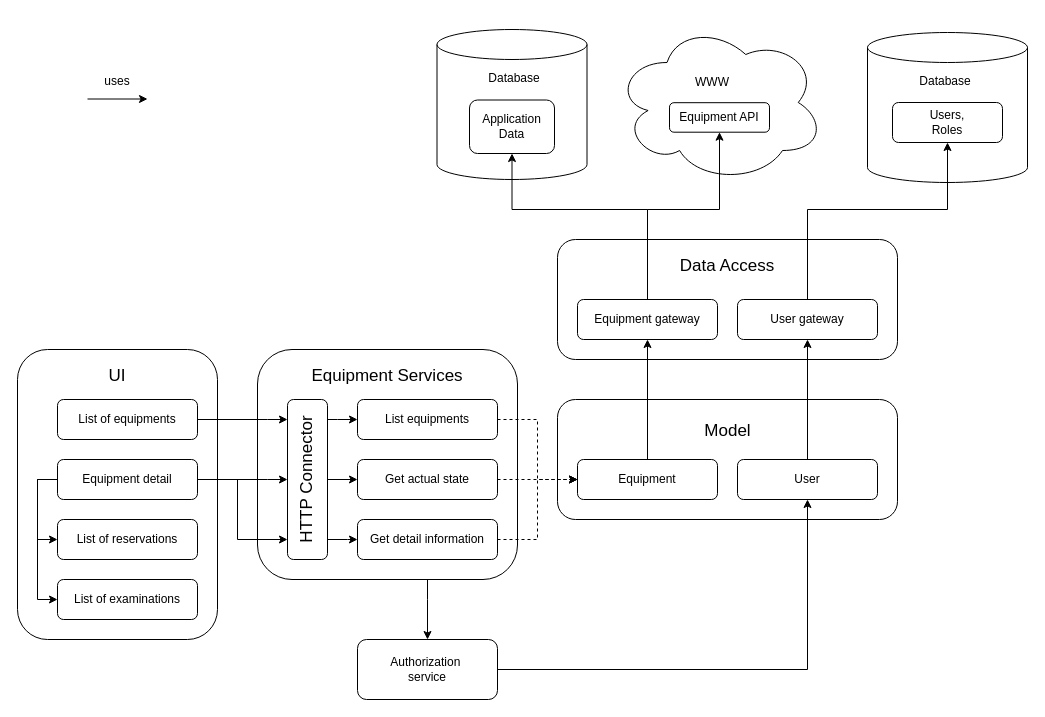
Earlier version of the draw.io diagram img/src/EquipmentUsageViewpoint.drawio (patmach/DocSwArch). Source tidied: cells renumbered, new cells numbered last; positions are measured from the earlier drawing's top-left corner, leaving out a move shared by most shapes. Both pictures are drawn from the tidied source at 100%, with x=0, y=0 at pixel (17, 22).
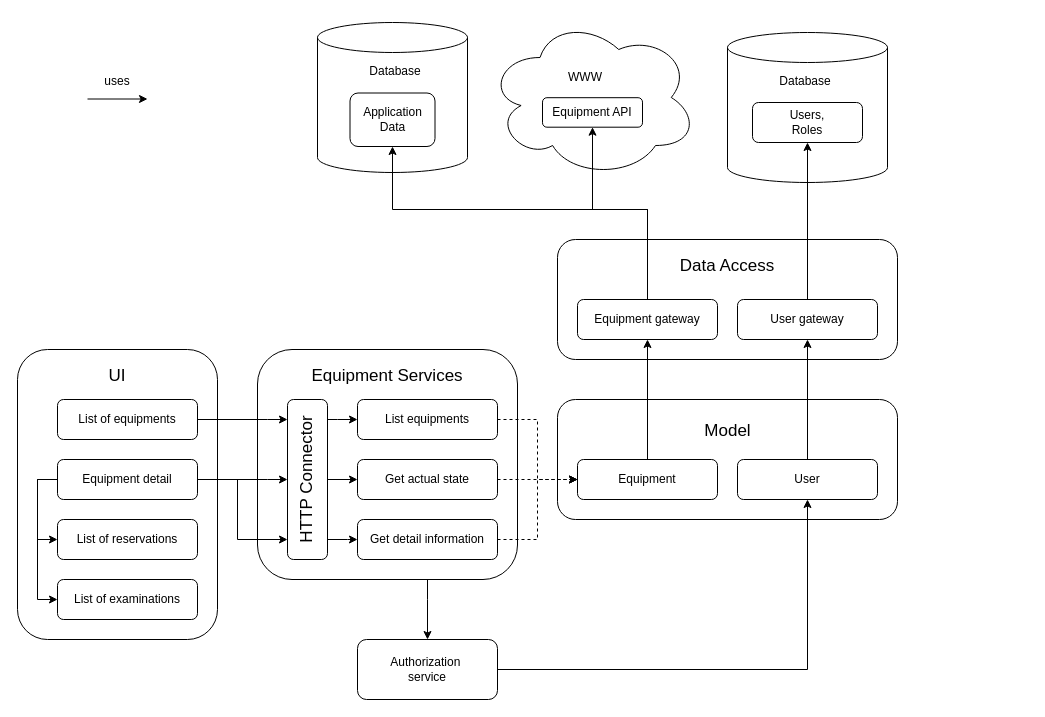
The same diagram, later.

Unchanged cells that the change refers to:
```xml
<mxCell id="32" value="User gateway" style="rounded=1;whiteSpace=wrap;html=1;" parent="1" vertex="1">
  <mxGeometry x="720" y="277" width="140" height="40" as="geometry" />
</mxCell>
<mxCell id="34" value="Equipment gateway" style="rounded=1;whiteSpace=wrap;html=1;" parent="1" vertex="1">
  <mxGeometry x="560" y="277" width="140" height="40" as="geometry" />
</mxCell>
```

Change to the diagram source:
```diff
@@
     <mxCell id="28" style="shape=cylinder3;whiteSpace=wrap;html=1;boundedLbl=1;backgroundOutline=1;size=15;fontSize=35;" parent="1" vertex="1">
-      <mxGeometry x="419.5" y="7" width="150" height="150" as="geometry" />
+      <mxGeometry x="300" width="150" height="150" as="geometry" />
     </mxCell>
     <mxCell id="29" value="Database" style="text;html=1;strokeColor=none;fillColor=none;align=center;verticalAlign=middle;whiteSpace=wrap;rounded=0;fontSize=12;" parent="1" vertex="1">
-      <mxGeometry x="477" y="46" width="40" height="20" as="geometry" />
+      <mxGeometry x="357.5" y="39" width="40" height="20" as="geometry" />
     </mxCell>
     <mxCell id="30" value="Application Data" style="rounded=1;whiteSpace=wrap;html=1;fontSize=12;" parent="1" vertex="1">
-      <mxGeometry x="452" y="77.5" width="85" height="53.5" as="geometry" />
+      <mxGeometry x="332.5" y="70.5" width="85" height="53.5" as="geometry" />
     </mxCell>
@@
-    <mxCell id="33" style="edgeStyle=orthogonalEdgeStyle;rounded=0;jettySize=auto;html=1;exitX=0.5;exitY=0;exitDx=0;exitDy=0;entryX=0.5;entryY=1;entryDx=0;entryDy=0;" parent="1" edge="1" source="34" target="30">
+    <mxCell id="33" style="edgeStyle=orthogonalEdgeStyle;rounded=0;jettySize=auto;html=1;" parent="1" edge="1" source="34" target="30">
       <mxGeometry relative="1" as="geometry">
         <Array as="points">
           <mxPoint x="630" y="187" />
-          <mxPoint x="495" y="187" />
+          <mxPoint x="375" y="187" />
         </Array>
       </mxGeometry>
     </mxCell>
@@
     <mxCell id="38" style="ellipse;shape=cloud;whiteSpace=wrap;html=1;" parent="1" vertex="1">
-      <mxGeometry x="597" width="210" height="160" as="geometry" />
+      <mxGeometry x="470" y="-5" width="210" height="160" as="geometry" />
     </mxCell>
     <mxCell id="39" value="Equipment API" style="rounded=1;whiteSpace=wrap;html=1;fontSize=12;" parent="1" vertex="1">
-      <mxGeometry x="652" y="80.2" width="100" height="29.5" as="geometry" />
+      <mxGeometry x="525" y="75.2" width="100" height="29.5" as="geometry" />
     </mxCell>
     <mxCell id="40" value="WWW" style="text;html=1;strokeColor=none;fillColor=none;align=center;verticalAlign=middle;whiteSpace=wrap;rounded=0;fontSize=12;" parent="1" vertex="1">
-      <mxGeometry x="674.5" y="50" width="40" height="20" as="geometry" />
+      <mxGeometry x="547.5" y="45" width="40" height="20" as="geometry" />
     </mxCell>
@@
-    <mxCell id="42" style="edgeStyle=orthogonalEdgeStyle;rounded=0;jettySize=auto;html=1;exitX=0.5;exitY=0;exitDx=0;exitDy=0;" parent="1" edge="1" source="34" target="39">
-      <mxGeometry relative="1" as="geometry">
-        <Array as="points">
-          <mxPoint x="630" y="187" />
-          <mxPoint x="702" y="187" />
-        </Array>
-      </mxGeometry>
-    </mxCell>
     <mxCell id="43" style="shape=cylinder3;whiteSpace=wrap;html=1;boundedLbl=1;backgroundOutline=1;size=15;fontSize=35;" parent="1" vertex="1">
-      <mxGeometry x="850" y="10" width="160" height="150" as="geometry" />
+      <mxGeometry x="710" y="10" width="160" height="150" as="geometry" />
     </mxCell>
     <mxCell id="44" value="Database" style="text;html=1;strokeColor=none;fillColor=none;align=center;verticalAlign=middle;whiteSpace=wrap;rounded=0;fontSize=12;" parent="1" vertex="1">
-      <mxGeometry x="907.5" y="49" width="40" height="20" as="geometry" />
+      <mxGeometry x="767.5" y="49" width="40" height="20" as="geometry" />
     </mxCell>
     <mxCell id="45" value="Users,&lt;br style=&quot;font-size: 12px;&quot;&gt;Roles" style="rounded=1;whiteSpace=wrap;html=1;fontSize=12;" parent="1" vertex="1">
-      <mxGeometry x="875" y="80" width="110" height="40" as="geometry" />
+      <mxGeometry x="735" y="80" width="110" height="40" as="geometry" />
     </mxCell>
@@
-    <mxCell id="48" style="edgeStyle=orthogonalEdgeStyle;rounded=0;jettySize=auto;html=1;exitX=0.5;exitY=0;exitDx=0;exitDy=0;" parent="1" edge="1" source="32" target="45">
-      <mxGeometry relative="1" as="geometry">
-        <Array as="points">
-          <mxPoint x="790" y="187" />
-          <mxPoint x="930" y="187" />
-        </Array>
-      </mxGeometry>
-    </mxCell>
@@
+    <mxCell id="48" style="edgeStyle=orthogonalEdgeStyle;rounded=0;jettySize=auto;html=1;" parent="1" edge="1" source="32" target="45">
+      <mxGeometry relative="1" as="geometry" />
+    </mxCell>
+    <mxCell id="42" style="edgeStyle=orthogonalEdgeStyle;rounded=0;jettySize=auto;html=1;" parent="1" edge="1" source="34" target="39">
+      <mxGeometry relative="1" as="geometry">
+        <Array as="points">
+          <mxPoint x="630" y="187" />
+          <mxPoint x="575" y="187" />
+        </Array>
+      </mxGeometry>
+    </mxCell>
```
